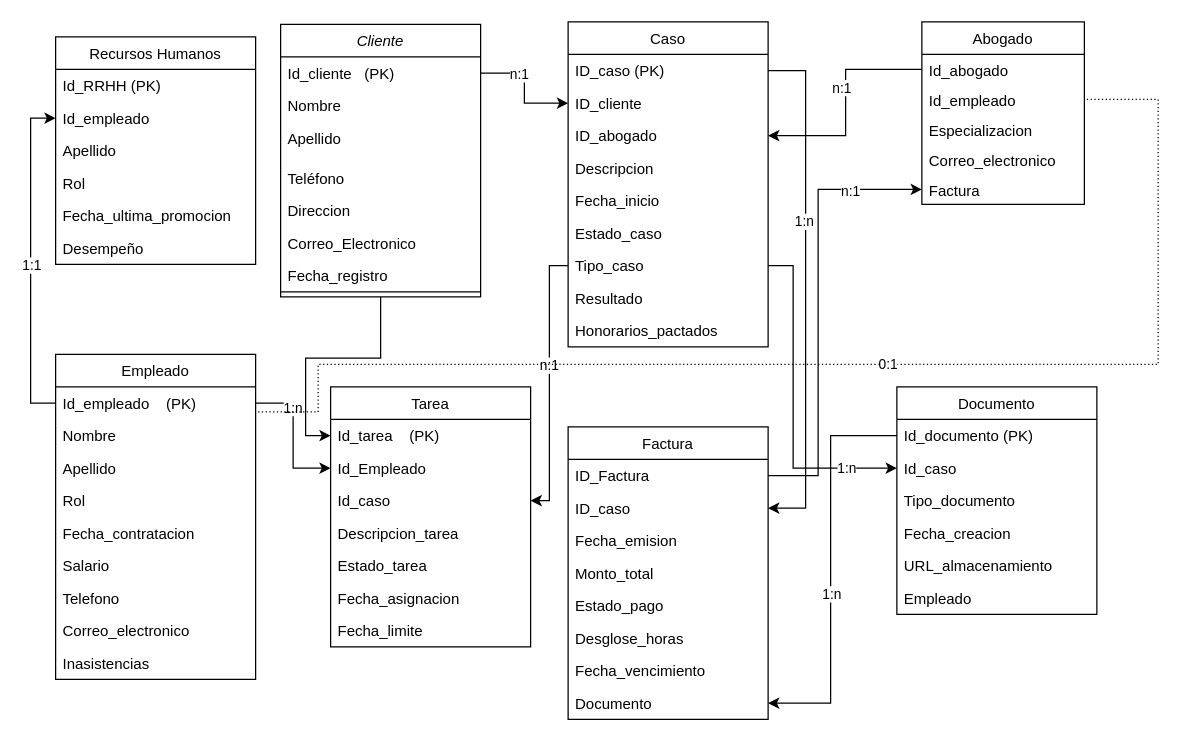
The draw.io diagram AS tp.drawio in Saturno0/Cole_5_2, before the edit. Source tidied: cells renumbered, new cells numbered last; positions are measured from the earlier drawing's top-left corner, leaving out a move shared by most shapes. Both pictures are drawn from the tidied source at 125%, with x=0, y=0 at pixel (55, 21).
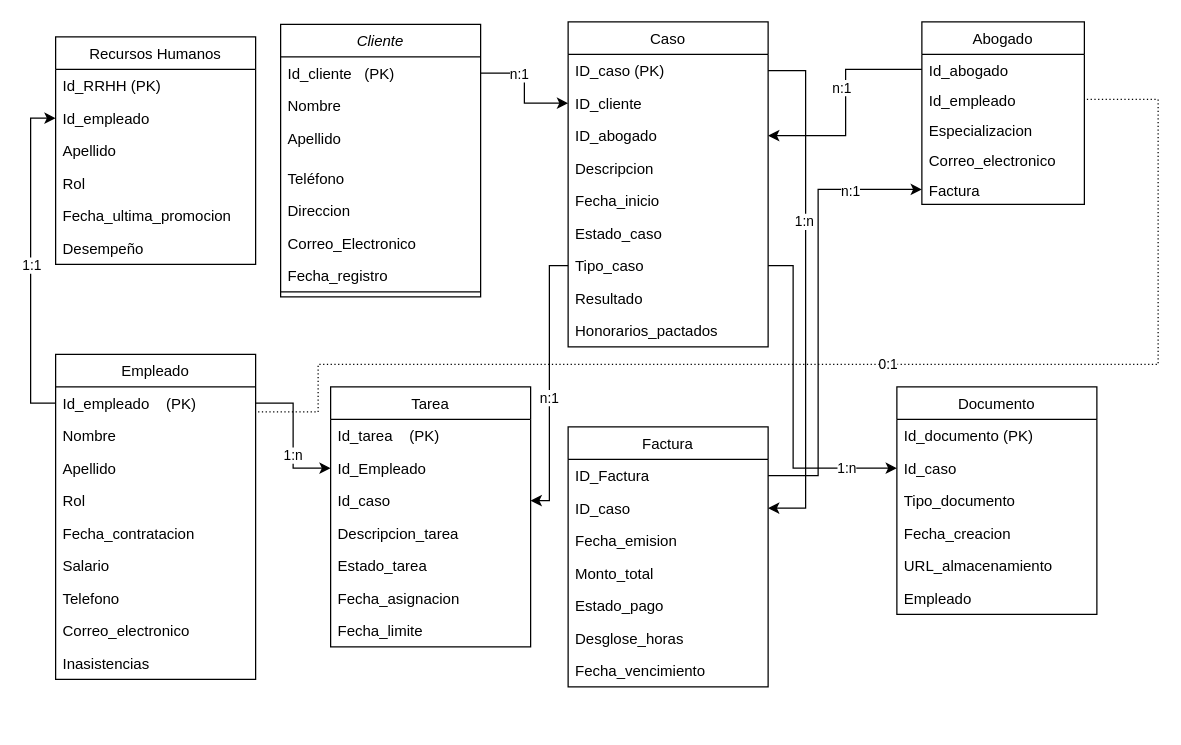
The same diagram, later.

Unchanged cells that the change refers to:
```xml
<mxCell id="3" value="Cliente" style="swimlane;fontStyle=2;align=center;verticalAlign=top;horizontal=1;startSize=26;rounded=0;shadow=0;strokeWidth=1;" parent="1" vertex="1">
  <mxGeometry x="180" y="2" width="160" height="218" as="geometry" />
</mxCell>
<mxCell id="37" value="Id_documento (PK)" style="text;align=left;verticalAlign=top;spacingLeft=4;spacingRight=4;overflow=hidden;points=[[0,0.5],[1,0.5]];portConstraint=eastwest;" parent="36" vertex="1">
  <mxGeometry y="26" width="160" height="26" as="geometry" />
</mxCell>
<mxCell id="54" value="Id_tarea    (PK)" style="text;align=left;verticalAlign=top;spacingLeft=4;spacingRight=4;overflow=hidden;points=[[0,0.5],[1,0.5]];portConstraint=eastwest;" parent="53" vertex="1">
  <mxGeometry y="26" width="160" height="26" as="geometry" />
</mxCell>
<mxCell id="64" style="edgeStyle=elbowEdgeStyle;rounded=0;jettySize=auto;html=1;exitX=0;exitY=0.5;exitDx=0;exitDy=0;entryX=1;entryY=0.5;entryDx=0;entryDy=0;" parent="1" edge="1" source="34" target="56">
  <mxGeometry relative="1" as="geometry" />
</mxCell>
<mxCell id="66" style="edgeStyle=elbowEdgeStyle;rounded=0;jettySize=auto;html=1;exitX=1;exitY=0.5;exitDx=0;exitDy=0;entryX=0;entryY=0.5;entryDx=0;entryDy=0;" parent="1" edge="1" source="44" target="55">
  <mxGeometry relative="1" as="geometry" />
</mxCell>
```

Change to the diagram source:
```diff
@@
-    <mxCell id="2" style="edgeStyle=orthogonalEdgeStyle;rounded=0;jettySize=auto;html=1;" parent="1" edge="1" source="3" target="54">
-      <mxGeometry relative="1" as="geometry" />
-    </mxCell>
@@
     <mxCell id="12" value="Factura" style="swimlane;fontStyle=0;align=center;verticalAlign=top;horizontal=1;startSize=26;rounded=0;shadow=0;strokeWidth=1;" parent="1" vertex="1">
-      <mxGeometry x="410" y="324" width="160" height="234" as="geometry" />
+      <mxGeometry x="410" y="324" width="160" height="208" as="geometry" />
     </mxCell>
@@
-    <mxCell id="20" value="Documento" style="text;align=left;verticalAlign=top;spacingLeft=4;spacingRight=4;overflow=hidden;points=[[0,0.5],[1,0.5]];portConstraint=eastwest;" parent="12" vertex="1">
-      <mxGeometry y="208" width="160" height="26" as="geometry" />
-    </mxCell>
@@
     <mxCell id="65" value="n:1" style="edgeLabel;html=1;align=center;verticalAlign=middle;" parent="64" vertex="1">
-      <mxGeometry x="-0.14" y="-1" relative="1" as="geometry" />
+      <mxGeometry x="-0.14" y="-1" relative="1" as="geometry">
+        <mxPoint y="26" as="offset" />
+      </mxGeometry>
     </mxCell>
@@
     <mxCell id="67" value="1:n" style="edgeLabel;html=1;align=center;verticalAlign=middle;" parent="66" vertex="1">
-      <mxGeometry x="-0.41" y="-1" relative="1" as="geometry" />
+      <mxGeometry x="-0.41" y="-1" relative="1" as="geometry">
+        <mxPoint y="38" as="offset" />
+      </mxGeometry>
     </mxCell>
@@
-    <mxCell id="75" style="edgeStyle=elbowEdgeStyle;rounded=0;jettySize=auto;html=1;exitX=0;exitY=0.5;exitDx=0;exitDy=0;entryX=1;entryY=0.5;entryDx=0;entryDy=0;" parent="1" edge="1" source="37" target="20">
-      <mxGeometry relative="1" as="geometry">
-        <Array as="points">
-          <mxPoint x="620" y="442" />
-        </Array>
-      </mxGeometry>
-    </mxCell>
-    <mxCell id="76" value="1:n" style="edgeLabel;html=1;align=center;verticalAlign=middle;" parent="75" vertex="1">
-      <mxGeometry x="0.13" y="3" relative="1" as="geometry">
-        <mxPoint x="-3" as="offset" />
-      </mxGeometry>
-    </mxCell>
```
